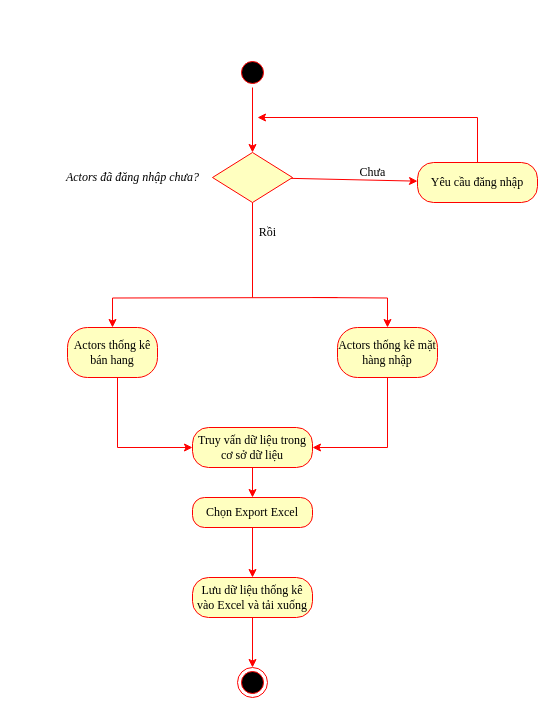
Earlier version of the draw.io diagram Activity Diagrams/Quang Võ/AD_ThốngKê.drawio (EdgarIgnite16/OOAD-Project). Source tidied: cells renumbered, new cells numbered last; positions are measured from the earlier drawing's top-left corner, leaving out a move shared by most shapes. Both pictures are drawn from the tidied source at 100%, with x=0, y=0 at pixel (52, 57).
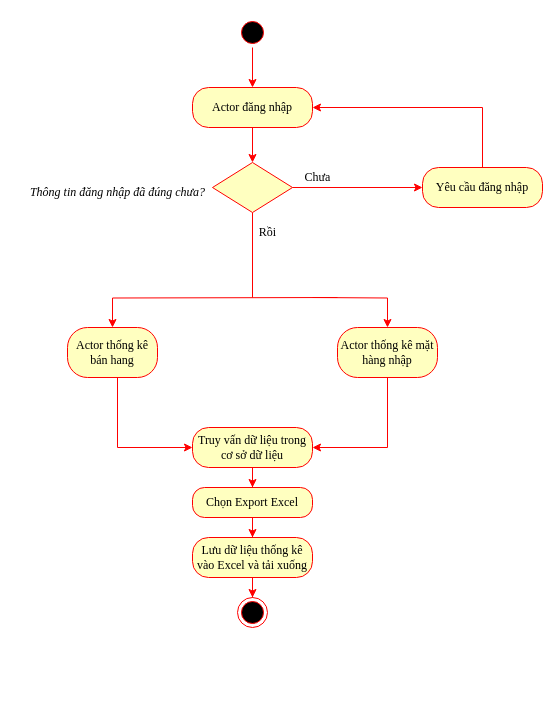
After the change.

Diff of the diagram source:
```diff
@@
-    <mxCell id="2" style="ellipse;html=1;shape=startState;fillColor=#000000;strokeColor=#ff0000;fontFamily=Times New Roman;fontSize=12;" parent="1" vertex="1">
-      <mxGeometry x="185" width="30" height="30" as="geometry" />
-    </mxCell>
-    <mxCell id="3" style="rhombus;whiteSpace=wrap;html=1;fillColor=#ffffc0;strokeColor=#ff0000;fontFamily=Times New Roman;fontSize=12;" parent="1" vertex="1">
-      <mxGeometry x="160" y="95" width="80" height="50" as="geometry" />
-    </mxCell>
-    <mxCell id="4" style="endArrow=classic;html=1;rounded=0;fontFamily=Times New Roman;fontSize=12;strokeColor=#FF0000;" parent="1" edge="1" source="2" target="3">
-      <mxGeometry relative="1" as="geometry" />
-    </mxCell>
@@
-    <mxCell id="7" value="Yêu cầu đăng nhập" style="rounded=1;whiteSpace=wrap;html=1;arcSize=40;fontColor=#000000;fillColor=#ffffc0;strokeColor=#ff0000;fontFamily=Times New Roman;fontSize=12;" parent="1" vertex="1">
-      <mxGeometry x="365" y="105" width="120" height="40" as="geometry" />
-    </mxCell>
-    <mxCell id="8" style="endArrow=classic;html=1;rounded=0;fontFamily=Times New Roman;fontSize=12;strokeColor=#FF0000;" parent="1" edge="1" source="3" target="7">
-      <mxGeometry relative="1" as="geometry" />
-    </mxCell>
-    <mxCell id="9" style="endArrow=classic;html=1;rounded=0;fontFamily=Times New Roman;fontSize=12;strokeColor=#FF0000;" parent="1" edge="1" source="7">
-      <mxGeometry relative="1" as="geometry">
-        <mxPoint x="205" y="60" as="targetPoint" />
-        <Array as="points">
-          <mxPoint x="425" y="60" />
-        </Array>
-      </mxGeometry>
-    </mxCell>
-    <mxCell id="10" value="Chưa" style="text;html=1;align=center;verticalAlign=middle;strokeColor=none;fillColor=none;fontSize=12;fontFamily=Times New Roman;" parent="1" vertex="1">
-      <mxGeometry x="295" y="100" width="50" height="30" as="geometry" />
-    </mxCell>
@@
-    <mxCell id="15" value="Actors thống kê bán hang" style="rounded=1;whiteSpace=wrap;html=1;arcSize=40;fontColor=#000000;fillColor=#ffffc0;strokeColor=#ff0000;fontFamily=Times New Roman;fontSize=12;" parent="1" vertex="1">
+    <mxCell id="15" value="Actor thống kê bán hang" style="rounded=1;whiteSpace=wrap;html=1;arcSize=40;fontColor=#000000;fillColor=#ffffc0;strokeColor=#ff0000;fontFamily=Times New Roman;fontSize=12;" parent="1" vertex="1">
       <mxGeometry x="15" y="270" width="90" height="50" as="geometry" />
     </mxCell>
@@
-    <mxCell id="17" value="Actors thống kê mặt hàng nhập" style="rounded=1;whiteSpace=wrap;html=1;arcSize=40;fontColor=#000000;fillColor=#ffffc0;strokeColor=#ff0000;fontFamily=Times New Roman;fontSize=12;" parent="1" vertex="1">
+    <mxCell id="17" value="Actor thống kê mặt hàng nhập" style="rounded=1;whiteSpace=wrap;html=1;arcSize=40;fontColor=#000000;fillColor=#ffffc0;strokeColor=#ff0000;fontFamily=Times New Roman;fontSize=12;" parent="1" vertex="1">
       <mxGeometry x="285" y="270" width="100" height="50" as="geometry" />
     </mxCell>
@@
     <mxCell id="19" value="Chọn Export Excel" style="rounded=1;whiteSpace=wrap;html=1;arcSize=40;fontColor=#000000;fillColor=#ffffc0;strokeColor=#ff0000;fontFamily=Times New Roman;fontSize=12;" parent="1" vertex="1">
-      <mxGeometry x="140" y="440" width="120" height="30" as="geometry" />
+      <mxGeometry x="140" y="430" width="120" height="30" as="geometry" />
     </mxCell>
@@
     <mxCell id="21" value="Lưu dữ liệu thống kê vào Excel và tải xuống" style="rounded=1;whiteSpace=wrap;html=1;arcSize=40;fontColor=#000000;fillColor=#ffffc0;strokeColor=#ff0000;fontFamily=Times New Roman;fontSize=12;" parent="1" vertex="1">
-      <mxGeometry x="140" y="520" width="120" height="40" as="geometry" />
+      <mxGeometry x="140" y="480" width="120" height="40" as="geometry" />
     </mxCell>
     <mxCell id="22" style="ellipse;html=1;shape=endState;fillColor=#000000;strokeColor=#ff0000;fontFamily=Times New Roman;fontSize=12;" parent="1" vertex="1">
-      <mxGeometry x="185" y="610" width="30" height="30" as="geometry" />
+      <mxGeometry x="185" y="540" width="30" height="30" as="geometry" />
     </mxCell>
-    <mxCell id="23" style="endArrow=none;html=1;rounded=0;strokeColor=#FF0000;" parent="1" edge="1" target="3">
+    <mxCell id="23" style="endArrow=none;html=1;rounded=0;strokeColor=#FF0000;" parent="1" edge="1" target="25">
       <mxGeometry relative="1" as="geometry">
         <mxPoint x="200" y="240" as="sourcePoint" />
       </mxGeometry>
     </mxCell>
-    <mxCell id="24" value="&lt;span style=&quot;font-family: &amp;quot;Times New Roman&amp;quot;;&quot;&gt;Actors đã đăng nhập chưa?&lt;/span&gt;" style="text;html=1;align=center;verticalAlign=middle;strokeColor=none;fillColor=none;fontStyle=2;" parent="1" vertex="1">
-      <mxGeometry y="105" width="160" height="30" as="geometry" />
-    </mxCell>
+    <mxCell id="25" style="rhombus;whiteSpace=wrap;html=1;fillColor=#ffffc0;strokeColor=#ff0000;fontFamily=Times New Roman;fontSize=12;" parent="1" vertex="1">
+      <mxGeometry x="160" y="105" width="80" height="50" as="geometry" />
+    </mxCell>
+    <mxCell id="26" style="endArrow=classic;html=1;rounded=0;fontFamily=Times New Roman;fontSize=12;strokeColor=#FF0000;" parent="1" edge="1" source="32" target="30">
+      <mxGeometry relative="1" as="geometry" />
+    </mxCell>
+    <mxCell id="7" value="Yêu cầu đăng nhập" style="rounded=1;whiteSpace=wrap;html=1;arcSize=40;fontColor=#000000;fillColor=#ffffc0;strokeColor=#ff0000;fontFamily=Times New Roman;fontSize=12;" parent="1" vertex="1">
+      <mxGeometry x="370" y="110" width="120" height="40" as="geometry" />
+    </mxCell>
+    <mxCell id="27" style="endArrow=classic;html=1;rounded=0;fontFamily=Times New Roman;fontSize=12;strokeColor=#FF0000;" parent="1" edge="1" source="25" target="7">
+      <mxGeometry relative="1" as="geometry" />
+    </mxCell>
+    <mxCell id="28" style="endArrow=classic;html=1;rounded=0;fontFamily=Times New Roman;fontSize=12;strokeColor=#FF0000;" parent="1" edge="1" source="7" target="30">
+      <mxGeometry relative="1" as="geometry">
+        <Array as="points">
+          <mxPoint x="430" y="50" />
+        </Array>
+      </mxGeometry>
+    </mxCell>
+    <mxCell id="10" value="Chưa" style="text;html=1;align=center;verticalAlign=middle;strokeColor=none;fillColor=none;fontSize=12;fontFamily=Times New Roman;" parent="1" vertex="1">
+      <mxGeometry x="240" y="105" width="50" height="30" as="geometry" />
+    </mxCell>
+    <mxCell id="29" value="&lt;span style=&quot;font-family: &amp;quot;Times New Roman&amp;quot;;&quot;&gt;Thông tin đăng nhập đã đúng chưa?&lt;/span&gt;" style="text;html=1;align=center;verticalAlign=middle;strokeColor=none;fillColor=none;fontStyle=2;" parent="1" vertex="1">
+      <mxGeometry x="-35" y="120" width="200" height="30" as="geometry" />
+    </mxCell>
+    <mxCell id="30" value="&lt;font face=&quot;Times New Roman&quot;&gt;Actor đăng nhập&lt;/font&gt;" style="rounded=1;whiteSpace=wrap;html=1;arcSize=40;fontColor=#000000;fillColor=#ffffc0;strokeColor=#ff0000;" parent="1" vertex="1">
+      <mxGeometry x="140" y="30" width="120" height="40" as="geometry" />
+    </mxCell>
+    <mxCell id="31" style="endArrow=classic;html=1;rounded=0;fontFamily=Times New Roman;fontSize=12;strokeColor=#FF0000;" parent="1" edge="1" source="30" target="25">
+      <mxGeometry relative="1" as="geometry" />
+    </mxCell>
+    <mxCell id="32" style="ellipse;html=1;shape=startState;fillColor=#000000;strokeColor=#ff0000;" parent="1" vertex="1">
+      <mxGeometry x="185" y="-40" width="30" height="30" as="geometry" />
+    </mxCell>
```
